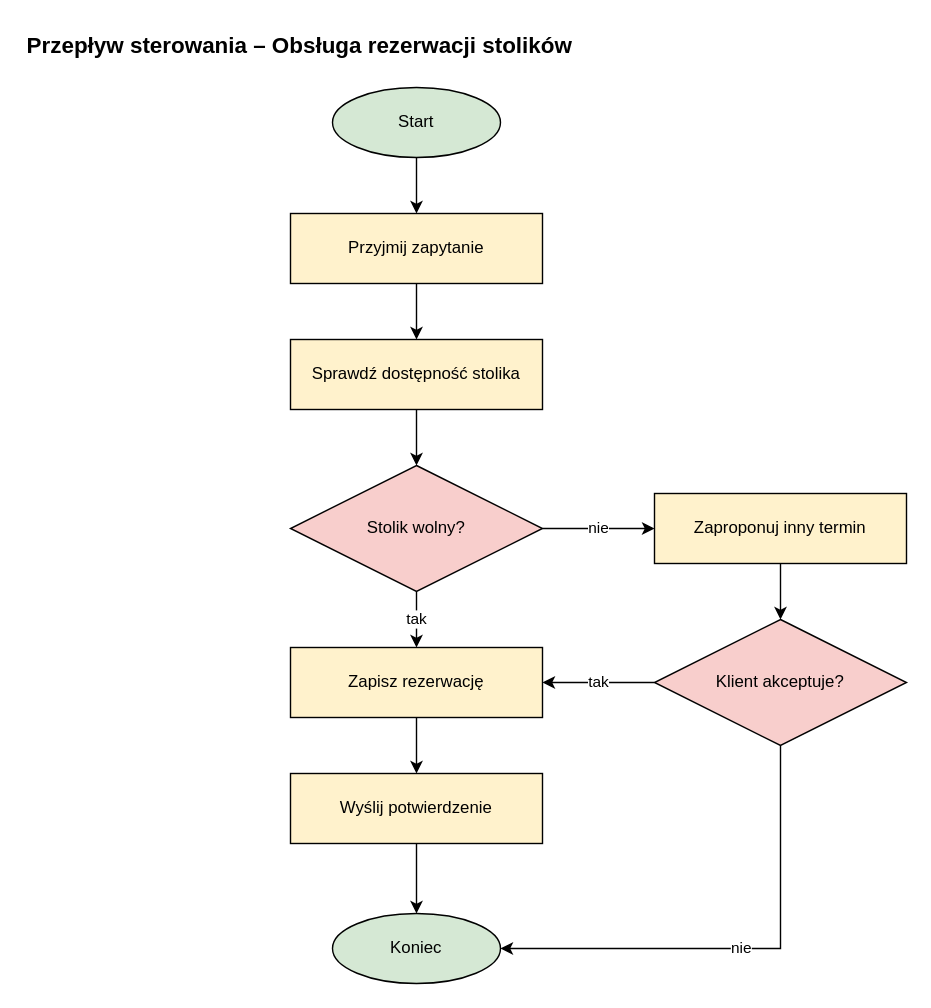
olimo54323/OiZPI-laboratorium keeps this draw.io diagram as diagramy/03_przeplyw_sterowania/cfd_2_rezerwacje.drawio. Above is the earlier version. Source tidied: cells renumbered, new cells numbered last; positions are measured from the earlier drawing's top-left corner, leaving out a move shared by most shapes. Both pictures are drawn from the tidied source at 140%, with x=0, y=0 at pixel (24, 24).
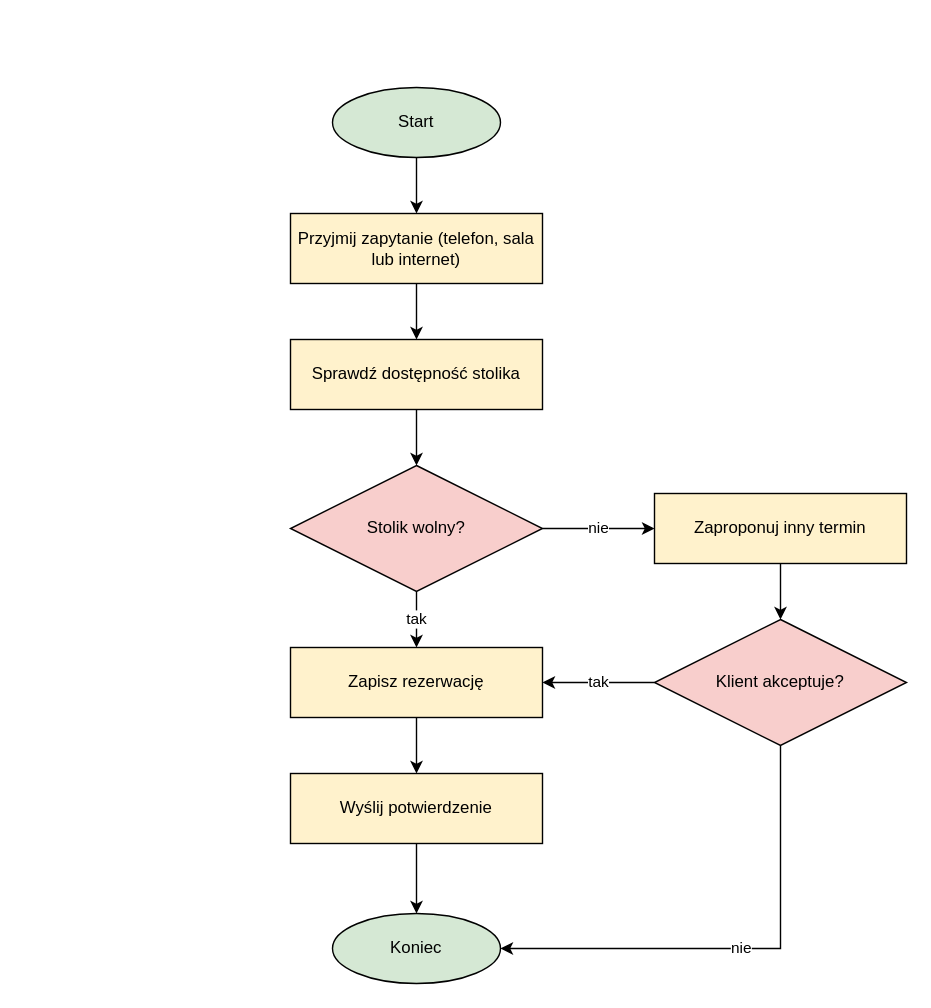
The same page after the edit.

Diff of the diagram source:
```diff
@@
-    <mxCell id="2" value="Przepływ sterowania – Obsługa rezerwacji stolików" style="text;html=1;align=left;verticalAlign=middle;fontSize=16;fontStyle=1;" parent="1" vertex="1">
-      <mxGeometry width="460" height="30" as="geometry" />
-    </mxCell>
@@
-    <mxCell id="4" value="Przyjmij zapytanie" style="rounded=0;whiteSpace=wrap;html=1;fillColor=#fff2cc;strokeColor=#000000;fontSize=12;" parent="1" vertex="1">
+    <mxCell id="4" value="Przyjmij zapytanie (telefon, sala lub internet)" style="rounded=0;whiteSpace=wrap;html=1;fillColor=#fff2cc;strokeColor=#000000;fontSize=12;" parent="1" vertex="1">
       <mxGeometry x="190" y="135" width="180" height="50" as="geometry" />
     </mxCell>
```
